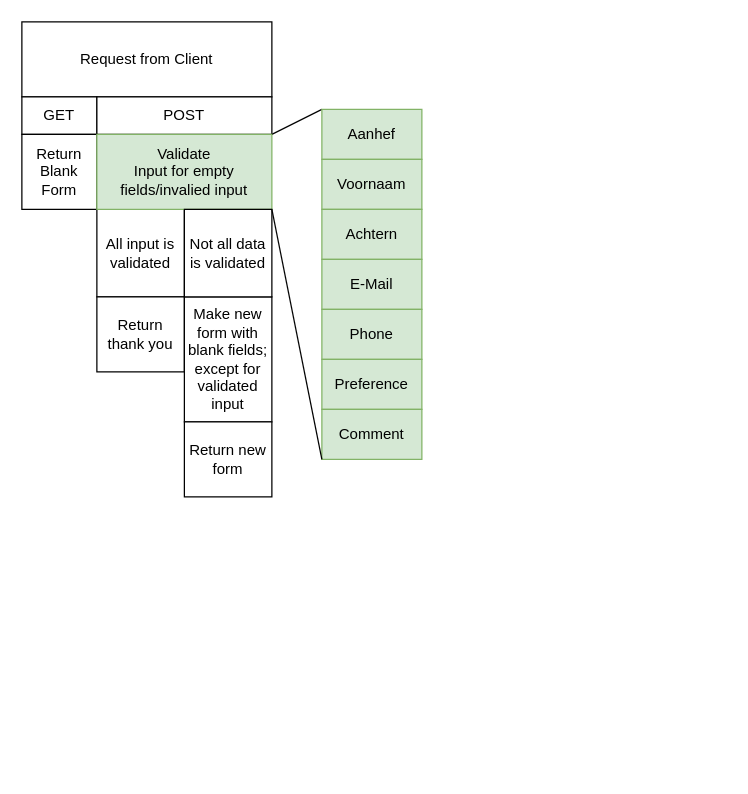
This is Diagrams/first.drawio from userieur/educom-webshop-basis, a draw.io file, before an edit. Source tidied: cells renumbered, new cells numbered last; positions are measured from the earlier drawing's top-left corner, leaving out a move shared by most shapes. Both pictures are drawn from the tidied source at 125%, with x=0, y=0 at pixel (21, 21).
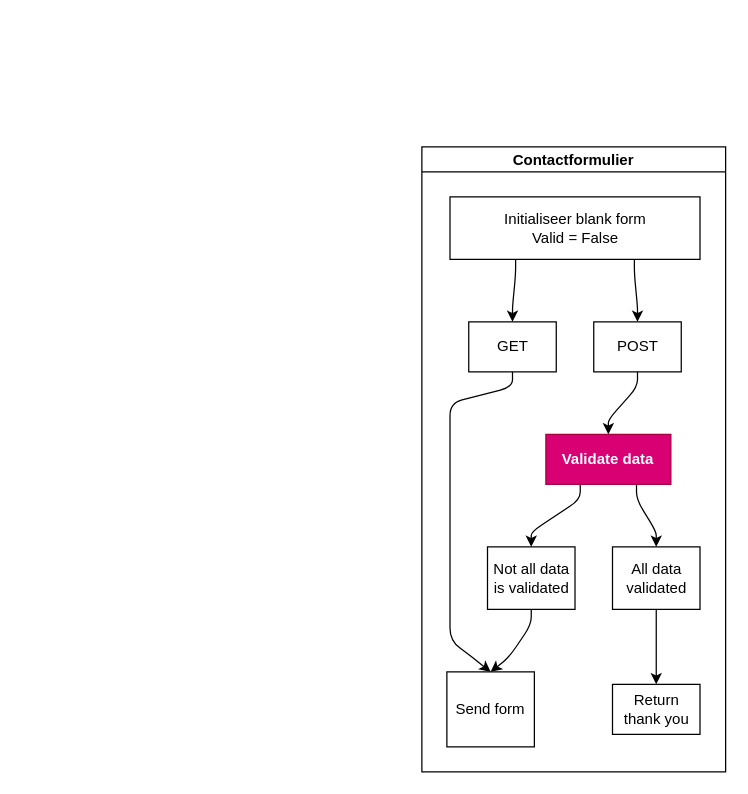
After the change.

Diff of the diagram source:
```diff
@@
+    <mxCell id="22" value="Contactformulier" style="swimlane;startSize=20;horizontal=1;flowOrientation=north;interRankCellSpacing=50;containerType=tree;" parent="1" vertex="1">
+      <mxGeometry x="320" y="100" width="243" height="500" as="geometry" />
+    </mxCell>
+    <mxCell id="23" style="edgeStyle=none;html=1;entryX=0.5;entryY=0;entryDx=0;entryDy=0;noEdgeStyle=1;orthogonal=1;" parent="22" edge="1" source="25" target="8">
+      <mxGeometry relative="1" as="geometry">
+        <Array as="points">
+          <mxPoint x="126.7" y="282" />
+          <mxPoint x="87.5" y="308" />
+        </Array>
+      </mxGeometry>
+    </mxCell>
+    <mxCell id="24" style="edgeStyle=none;html=1;entryX=0.5;entryY=0;entryDx=0;entryDy=0;noEdgeStyle=1;orthogonal=1;" parent="22" edge="1" source="25" target="20">
+      <mxGeometry relative="1" as="geometry">
+        <Array as="points">
+          <mxPoint x="171.7" y="282" />
+          <mxPoint x="187.5" y="308" />
+        </Array>
+      </mxGeometry>
+    </mxCell>
+    <mxCell id="25" value="Validate data" style="whiteSpace=wrap;html=1;fillColor=#d80073;strokeColor=#A50040;fontStyle=1;fontColor=#ffffff;" parent="22" vertex="1">
+      <mxGeometry x="99.2" y="230" width="100" height="40" as="geometry" />
+    </mxCell>
+    <mxCell id="26" style="edgeStyle=none;html=1;entryX=0.5;entryY=0;entryDx=0;entryDy=0;noEdgeStyle=1;orthogonal=1;" parent="22" edge="1" source="4" target="12">
+      <mxGeometry relative="1" as="geometry">
+        <Array as="points">
+          <mxPoint x="72.5" y="192" />
+          <mxPoint x="22.5" y="205" />
+          <mxPoint x="22.5" y="295" />
+          <mxPoint x="22.5" y="295" />
+          <mxPoint x="22.5" y="395" />
+          <mxPoint x="40" y="408" />
+        </Array>
+      </mxGeometry>
+    </mxCell>
+    <mxCell id="4" value="GET" style="whiteSpace=wrap;html=1;" parent="22" vertex="1">
+      <mxGeometry x="37.5" y="140" width="70" height="40" as="geometry" />
+    </mxCell>
+    <mxCell id="27" style="edgeStyle=none;html=1;entryX=0.5;entryY=0;entryDx=0;entryDy=0;noEdgeStyle=1;orthogonal=1;" parent="22" edge="1" source="2" target="4">
+      <mxGeometry relative="1" as="geometry">
+        <Array as="points">
+          <mxPoint x="75" y="102" />
+          <mxPoint x="72.5" y="128" />
+        </Array>
+      </mxGeometry>
+    </mxCell>
+    <mxCell id="28" style="edgeStyle=none;html=1;entryX=0.5;entryY=0;entryDx=0;entryDy=0;noEdgeStyle=1;orthogonal=1;" parent="22" edge="1" source="2" target="6">
+      <mxGeometry relative="1" as="geometry">
+        <Array as="points">
+          <mxPoint x="170" y="102" />
+          <mxPoint x="172.5" y="128" />
+        </Array>
+      </mxGeometry>
+    </mxCell>
-    <mxCell id="2" value="Request from Client" style="whiteSpace=wrap;html=1;" parent="1" vertex="1">
-      <mxGeometry width="200" height="60" as="geometry" />
+    <mxCell id="2" value="Initialiseer blank form&lt;br&gt;Valid = False" style="whiteSpace=wrap;html=1;" parent="22" vertex="1">
+      <mxGeometry x="22.5" y="40" width="200" height="50" as="geometry" />
     </mxCell>
-    <mxCell id="3" style="edgeStyle=none;html=1;entryX=0.5;entryY=0;entryDx=0;entryDy=0;exitX=0.5;exitY=1;exitDx=0;exitDy=0;" parent="1" edge="1" source="4" target="7">
-      <mxGeometry relative="1" as="geometry" />
-    </mxCell>
-    <mxCell id="4" value="GET" style="whiteSpace=wrap;html=1;" parent="1" vertex="1">
-      <mxGeometry y="60" width="60" height="30" as="geometry" />
-    </mxCell>
-    <mxCell id="5" style="edgeStyle=none;html=1;exitX=1;exitY=1;exitDx=0;exitDy=0;entryX=0;entryY=0;entryDx=0;entryDy=0;endArrow=none;endFill=0;" parent="1" edge="1" source="6" target="10">
-      <mxGeometry relative="1" as="geometry" />
-    </mxCell>
+    <mxCell id="29" style="edgeStyle=none;html=1;exitX=0.5;exitY=1;exitDx=0;exitDy=0;entryX=0.5;entryY=0;entryDx=0;entryDy=0;noEdgeStyle=1;orthogonal=1;" parent="22" edge="1" source="6" target="25">
+      <mxGeometry relative="1" as="geometry">
+        <Array as="points">
+          <mxPoint x="172.5" y="192" />
+          <mxPoint x="149.2" y="218" />
+        </Array>
+      </mxGeometry>
+    </mxCell>
-    <mxCell id="6" value="POST" style="whiteSpace=wrap;html=1;" parent="1" vertex="1">
-      <mxGeometry x="60" y="60" width="140" height="30" as="geometry" />
+    <mxCell id="6" value="POST" style="rounded=0;whiteSpace=wrap;html=1;" parent="22" vertex="1">
+      <mxGeometry x="137.5" y="140" width="70" height="40" as="geometry" />
     </mxCell>
-    <mxCell id="7" value="Return Blank Form" style="whiteSpace=wrap;html=1;" parent="1" vertex="1">
-      <mxGeometry y="90" width="60" height="60" as="geometry" />
-    </mxCell>
+    <mxCell id="30" style="edgeStyle=none;html=1;entryX=0.5;entryY=0;entryDx=0;entryDy=0;noEdgeStyle=1;orthogonal=1;" parent="22" edge="1" source="8" target="12">
+      <mxGeometry relative="1" as="geometry">
+        <Array as="points">
+          <mxPoint x="87.5" y="382" />
+          <mxPoint x="70" y="408" />
+        </Array>
+      </mxGeometry>
+    </mxCell>
-    <mxCell id="8" value="All input is validated" style="whiteSpace=wrap;html=1;" parent="1" vertex="1">
-      <mxGeometry x="60" y="150" width="70" height="70" as="geometry" />
+    <mxCell id="8" value="Not all data is validated" style="whiteSpace=wrap;html=1;" parent="22" vertex="1">
+      <mxGeometry x="52.5" y="320" width="70" height="50" as="geometry" />
     </mxCell>
+    <mxCell id="31" style="edgeStyle=none;html=1;entryX=0.5;entryY=0;entryDx=0;entryDy=0;noEdgeStyle=1;orthogonal=1;" parent="22" edge="1" source="20" target="9">
+      <mxGeometry relative="1" as="geometry">
+        <Array as="points">
+          <mxPoint x="187.5" y="382" />
+          <mxPoint x="187.5" y="408" />
+        </Array>
+      </mxGeometry>
+    </mxCell>
+    <mxCell id="20" value="All data validated" style="whiteSpace=wrap;html=1;" parent="22" vertex="1">
+      <mxGeometry x="152.5" y="320" width="70" height="50" as="geometry" />
+    </mxCell>
-    <mxCell id="9" value="Return thank you" style="whiteSpace=wrap;html=1;" parent="1" vertex="1">
-      <mxGeometry x="60" y="220" width="70" height="60" as="geometry" />
+    <mxCell id="9" value="Return thank you" style="whiteSpace=wrap;html=1;" parent="22" vertex="1">
+      <mxGeometry x="152.5" y="430" width="70" height="40" as="geometry" />
     </mxCell>
-    <mxCell id="10" value="Aanhef" style="whiteSpace=wrap;html=1;fillColor=#d5e8d4;strokeColor=#82b366;" parent="1" vertex="1">
-      <mxGeometry x="240" y="70" width="80" height="40" as="geometry" />
-    </mxCell>
-    <mxCell id="11" value="Make new form with blank fields; except for validated input" style="whiteSpace=wrap;html=1;" parent="1" vertex="1">
-      <mxGeometry x="130" y="220" width="70" height="100" as="geometry" />
-    </mxCell>
-    <mxCell id="12" value="Return new form" style="whiteSpace=wrap;html=1;" parent="1" vertex="1">
-      <mxGeometry x="130" y="320" width="70" height="60" as="geometry" />
+    <mxCell id="12" value="Send form" style="whiteSpace=wrap;html=1;" parent="22" vertex="1">
+      <mxGeometry x="20" y="420" width="70" height="60" as="geometry" />
     </mxCell>
-    <mxCell id="13" value="Validate&lt;br&gt;Input for empty fields/invalied input" style="whiteSpace=wrap;html=1;fillColor=#d5e8d4;strokeColor=#82b366;" parent="1" vertex="1">
-      <mxGeometry x="60" y="90" width="140" height="60" as="geometry" />
-    </mxCell>
-    <mxCell id="14" value="Voornaam" style="whiteSpace=wrap;html=1;fillColor=#d5e8d4;strokeColor=#82b366;" parent="1" vertex="1">
-      <mxGeometry x="240" y="110" width="80" height="40" as="geometry" />
-    </mxCell>
-    <mxCell id="15" value="Achtern" style="whiteSpace=wrap;html=1;fillColor=#d5e8d4;strokeColor=#82b366;" parent="1" vertex="1">
-      <mxGeometry x="240" y="150" width="80" height="40" as="geometry" />
-    </mxCell>
-    <mxCell id="16" value="E-Mail" style="whiteSpace=wrap;html=1;fillColor=#d5e8d4;strokeColor=#82b366;" parent="1" vertex="1">
-      <mxGeometry x="240" y="190" width="80" height="40" as="geometry" />
-    </mxCell>
-    <mxCell id="17" value="Phone" style="whiteSpace=wrap;html=1;fillColor=#d5e8d4;strokeColor=#82b366;" parent="1" vertex="1">
-      <mxGeometry x="240" y="230" width="80" height="40" as="geometry" />
-    </mxCell>
-    <mxCell id="18" value="Preference" style="whiteSpace=wrap;html=1;fillColor=#d5e8d4;strokeColor=#82b366;" parent="1" vertex="1">
-      <mxGeometry x="240" y="270" width="80" height="40" as="geometry" />
-    </mxCell>
-    <mxCell id="19" value="Comment" style="whiteSpace=wrap;html=1;fillColor=#d5e8d4;strokeColor=#82b366;" parent="1" vertex="1">
-      <mxGeometry x="240" y="310" width="80" height="40" as="geometry" />
-    </mxCell>
-    <mxCell id="20" value="Not all data is validated" style="whiteSpace=wrap;html=1;" parent="1" vertex="1">
-      <mxGeometry x="130" y="150" width="70" height="70" as="geometry" />
-    </mxCell>
-    <mxCell id="21" style="edgeStyle=none;html=1;exitX=1;exitY=0;exitDx=0;exitDy=0;entryX=0;entryY=1;entryDx=0;entryDy=0;endArrow=none;endFill=0;" parent="1" edge="1" source="20" target="19">
-      <mxGeometry relative="1" as="geometry" />
-    </mxCell>
```
